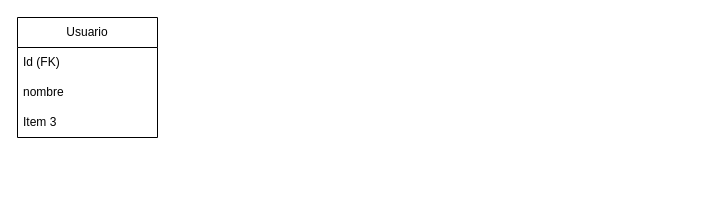
didi90/tarea keeps this draw.io diagram as pg.drawio. Above is the earlier version. Source tidied: cells renumbered, new cells numbered last; positions are measured from the earlier drawing's top-left corner, leaving out a move shared by most shapes. Both pictures are drawn from the tidied source at 100%, with x=0, y=0 at pixel (17, 17).
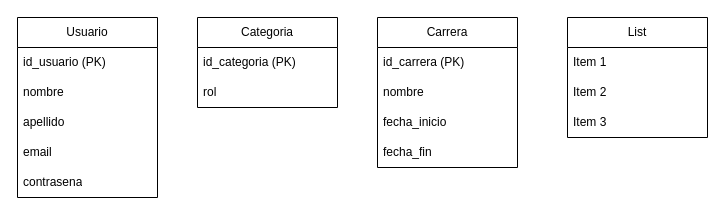
After the change.

Change to the diagram source:
```diff
@@
 <mxGraphModel>
   <root>
     <mxCell id="0" />
     <mxCell id="1" parent="0" />
     <mxCell id="2" value="Usuario" style="swimlane;fontStyle=0;horizontal=1;startSize=30;whiteSpace=wrap;html=1;" parent="1" vertex="1">
-      <mxGeometry width="140" height="120" as="geometry" />
+      <mxGeometry width="140" height="180" as="geometry" />
     </mxCell>
-    <mxCell id="3" value="Id (FK)" style="text;strokeColor=none;fillColor=none;align=left;verticalAlign=middle;spacingLeft=4;spacingRight=4;overflow=hidden;whiteSpace=wrap;html=1;" parent="2" vertex="1">
+    <mxCell id="3" value="id_usuario (PK)" style="text;strokeColor=none;fillColor=none;align=left;verticalAlign=middle;spacingLeft=4;spacingRight=4;overflow=hidden;whiteSpace=wrap;html=1;" parent="2" vertex="1">
       <mxGeometry y="30" width="140" height="30" as="geometry" />
     </mxCell>
     <mxCell id="4" value="nombre" style="text;strokeColor=none;fillColor=none;align=left;verticalAlign=middle;spacingLeft=4;spacingRight=4;overflow=hidden;whiteSpace=wrap;html=1;" parent="2" vertex="1">
       <mxGeometry y="60" width="140" height="30" as="geometry" />
     </mxCell>
-    <mxCell id="5" value="Item 3" style="text;strokeColor=none;fillColor=none;align=left;verticalAlign=middle;spacingLeft=4;spacingRight=4;overflow=hidden;whiteSpace=wrap;html=1;" parent="2" vertex="1">
+    <mxCell id="5" value="apellido" style="text;strokeColor=none;fillColor=none;align=left;verticalAlign=middle;spacingLeft=4;spacingRight=4;overflow=hidden;whiteSpace=wrap;html=1;" parent="2" vertex="1">
       <mxGeometry y="90" width="140" height="30" as="geometry" />
     </mxCell>
+    <mxCell id="6" value="email" style="text;strokeColor=none;fillColor=none;align=left;verticalAlign=middle;spacingLeft=4;spacingRight=4;overflow=hidden;whiteSpace=wrap;html=1;" parent="2" vertex="1">
+      <mxGeometry y="120" width="140" height="30" as="geometry" />
+    </mxCell>
+    <mxCell id="7" value="contrasena" style="text;strokeColor=none;fillColor=none;align=left;verticalAlign=middle;spacingLeft=4;spacingRight=4;overflow=hidden;whiteSpace=wrap;html=1;" parent="2" vertex="1">
+      <mxGeometry y="150" width="140" height="30" as="geometry" />
+    </mxCell>
+    <mxCell id="8" value="Categoria" style="swimlane;fontStyle=0;horizontal=1;startSize=30;whiteSpace=wrap;html=1;" parent="1" vertex="1">
+      <mxGeometry x="180" width="140" height="90" as="geometry" />
+    </mxCell>
+    <mxCell id="9" value="id_categoria (PK)" style="text;strokeColor=none;fillColor=none;align=left;verticalAlign=middle;spacingLeft=4;spacingRight=4;overflow=hidden;whiteSpace=wrap;html=1;" parent="8" vertex="1">
+      <mxGeometry y="30" width="140" height="30" as="geometry" />
+    </mxCell>
+    <mxCell id="10" value="rol" style="text;strokeColor=none;fillColor=none;align=left;verticalAlign=middle;spacingLeft=4;spacingRight=4;overflow=hidden;whiteSpace=wrap;html=1;" parent="8" vertex="1">
+      <mxGeometry y="60" width="140" height="30" as="geometry" />
+    </mxCell>
+    <mxCell id="11" value="Carrera" style="swimlane;fontStyle=0;horizontal=1;startSize=30;whiteSpace=wrap;html=1;" parent="1" vertex="1">
+      <mxGeometry x="360" width="140" height="150" as="geometry" />
+    </mxCell>
+    <mxCell id="12" value="id_carrera (PK)" style="text;strokeColor=none;fillColor=none;align=left;verticalAlign=middle;spacingLeft=4;spacingRight=4;overflow=hidden;whiteSpace=wrap;html=1;" parent="11" vertex="1">
+      <mxGeometry y="30" width="140" height="30" as="geometry" />
+    </mxCell>
+    <mxCell id="13" value="nombre" style="text;strokeColor=none;fillColor=none;align=left;verticalAlign=middle;spacingLeft=4;spacingRight=4;overflow=hidden;whiteSpace=wrap;html=1;" parent="11" vertex="1">
+      <mxGeometry y="60" width="140" height="30" as="geometry" />
+    </mxCell>
+    <mxCell id="14" value="fecha_inicio" style="text;strokeColor=none;fillColor=none;align=left;verticalAlign=middle;spacingLeft=4;spacingRight=4;overflow=hidden;whiteSpace=wrap;html=1;" parent="11" vertex="1">
+      <mxGeometry y="90" width="140" height="30" as="geometry" />
+    </mxCell>
+    <mxCell id="15" value="fecha_fin" style="text;strokeColor=none;fillColor=none;align=left;verticalAlign=middle;spacingLeft=4;spacingRight=4;overflow=hidden;whiteSpace=wrap;html=1;" parent="11" vertex="1">
+      <mxGeometry y="120" width="140" height="30" as="geometry" />
+    </mxCell>
+    <mxCell id="16" value="List" style="swimlane;fontStyle=0;horizontal=1;startSize=30;whiteSpace=wrap;html=1;" parent="1" vertex="1">
+      <mxGeometry x="550" width="140" height="120" as="geometry" />
+    </mxCell>
+    <mxCell id="17" value="Item 1" style="text;strokeColor=none;fillColor=none;align=left;verticalAlign=middle;spacingLeft=4;spacingRight=4;overflow=hidden;whiteSpace=wrap;html=1;" parent="16" vertex="1">
+      <mxGeometry y="30" width="140" height="30" as="geometry" />
+    </mxCell>
+    <mxCell id="18" value="Item 2" style="text;strokeColor=none;fillColor=none;align=left;verticalAlign=middle;spacingLeft=4;spacingRight=4;overflow=hidden;whiteSpace=wrap;html=1;" parent="16" vertex="1">
+      <mxGeometry y="60" width="140" height="30" as="geometry" />
+    </mxCell>
+    <mxCell id="19" value="Item 3" style="text;strokeColor=none;fillColor=none;align=left;verticalAlign=middle;spacingLeft=4;spacingRight=4;overflow=hidden;whiteSpace=wrap;html=1;" parent="16" vertex="1">
+      <mxGeometry y="90" width="140" height="30" as="geometry" />
+    </mxCell>
   </root>
 </mxGraphModel>
```
